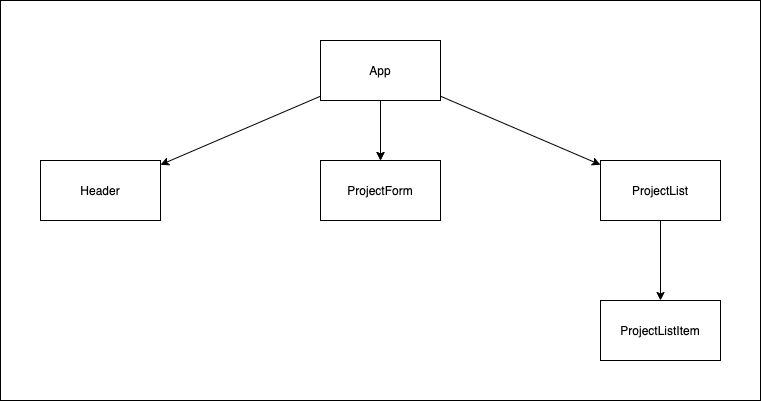
learn-co-students/SENG-LIVE-013122-phase-2 keeps this draw.io diagram as 02_components_and_props/component-hierarchy.png. Above is the earlier version. Source tidied: cells renumbered, new cells last; positions are measured from the earlier drawing's top-left corner, leaving out a move shared by most shapes. The source it was exported from:
```xml
<mxGraphModel>
  <root>
    <mxCell id="0" />
    <mxCell id="1" value="BG" parent="0" />
    <mxCell id="2" style="rounded=0;whiteSpace=wrap;html=1;" parent="1" vertex="1">
      <mxGeometry width="760" height="400" as="geometry" />
    </mxCell>
    <mxCell id="3" value="Content" parent="0" />
    <mxCell id="4" style="edgeStyle=none;html=1;" parent="3" edge="1" source="8" target="9">
      <mxGeometry relative="1" as="geometry" />
    </mxCell>
    <mxCell id="5" style="edgeStyle=none;html=1;" parent="3" edge="1" source="8" target="10">
      <mxGeometry relative="1" as="geometry" />
    </mxCell>
    <mxCell id="6" style="edgeStyle=none;html=1;" parent="3" edge="1" source="8" target="10">
      <mxGeometry relative="1" as="geometry" />
    </mxCell>
    <mxCell id="7" style="edgeStyle=none;html=1;" parent="3" edge="1" source="8" target="12">
      <mxGeometry relative="1" as="geometry" />
    </mxCell>
    <mxCell id="8" value="App" style="rounded=0;whiteSpace=wrap;html=1;" parent="3" vertex="1">
      <mxGeometry x="320" y="40" width="120" height="60" as="geometry" />
    </mxCell>
    <mxCell id="9" value="Header" style="rounded=0;whiteSpace=wrap;html=1;" parent="3" vertex="1">
      <mxGeometry x="40" y="160" width="120" height="60" as="geometry" />
    </mxCell>
    <mxCell id="10" value="ProjectForm" style="rounded=0;whiteSpace=wrap;html=1;" parent="3" vertex="1">
      <mxGeometry x="320" y="160" width="120" height="60" as="geometry" />
    </mxCell>
    <mxCell id="11" style="edgeStyle=none;html=1;" parent="3" edge="1" source="12" target="13">
      <mxGeometry relative="1" as="geometry" />
    </mxCell>
    <mxCell id="12" value="ProjectList" style="rounded=0;whiteSpace=wrap;html=1;" parent="3" vertex="1">
      <mxGeometry x="600" y="160" width="120" height="60" as="geometry" />
    </mxCell>
    <mxCell id="13" value="ProjectListItem" style="rounded=0;whiteSpace=wrap;html=1;" parent="3" vertex="1">
      <mxGeometry x="600" y="300" width="120" height="60" as="geometry" />
    </mxCell>
  </root>
</mxGraphModel>
```
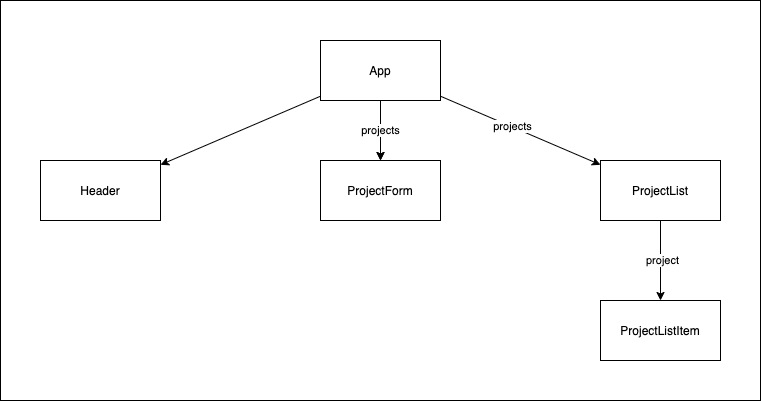
After the change.

The edit, as a diff of the source:
```diff
@@ -12,12 +12,15 @@
     <mxCell id="5" style="edgeStyle=none;html=1;" parent="3" edge="1" source="8" target="10">
       <mxGeometry relative="1" as="geometry" />
     </mxCell>
-    <mxCell id="6" style="edgeStyle=none;html=1;" parent="3" edge="1" source="8" target="10">
+    <mxCell id="6" value="projects" style="edgeStyle=none;html=1;" parent="3" edge="1" source="8" target="10">
       <mxGeometry relative="1" as="geometry" />
     </mxCell>
     <mxCell id="7" style="edgeStyle=none;html=1;" parent="3" edge="1" source="8" target="12">
       <mxGeometry relative="1" as="geometry" />
     </mxCell>
+    <mxCell id="14" value="projects" style="edgeLabel;html=1;align=center;verticalAlign=middle;" parent="7" vertex="1">
+      <mxGeometry x="-0.12" y="1" relative="1" as="geometry" />
+    </mxCell>
     <mxCell id="8" value="App" style="rounded=0;whiteSpace=wrap;html=1;" parent="3" vertex="1">
       <mxGeometry x="320" y="40" width="120" height="60" as="geometry" />
     </mxCell>
@@ -30,6 +33,9 @@
     <mxCell id="11" style="edgeStyle=none;html=1;" parent="3" edge="1" source="12" target="13">
       <mxGeometry relative="1" as="geometry" />
     </mxCell>
+    <mxCell id="15" value="project" style="edgeLabel;html=1;align=center;verticalAlign=middle;" parent="11" vertex="1">
+      <mxGeometry x="-0.03" y="1" relative="1" as="geometry" />
+    </mxCell>
     <mxCell id="12" value="ProjectList" style="rounded=0;whiteSpace=wrap;html=1;" parent="3" vertex="1">
       <mxGeometry x="600" y="160" width="120" height="60" as="geometry" />
     </mxCell>
```
